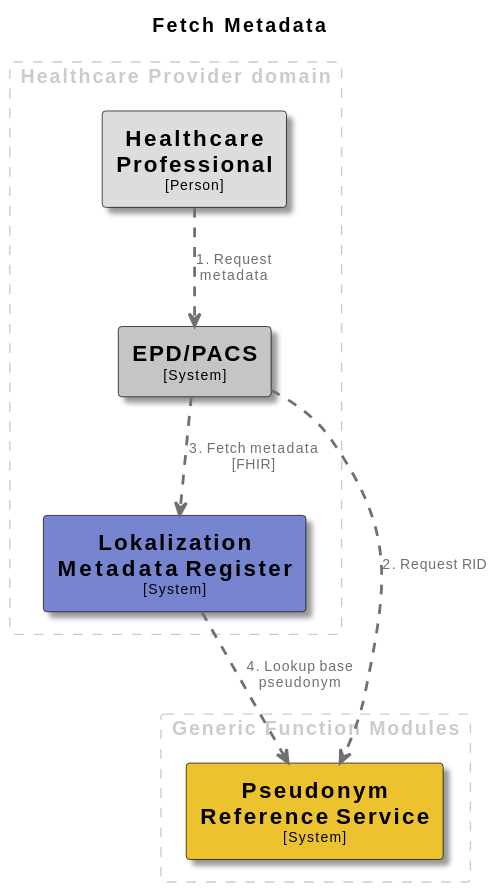
Above: docs/images/structurizr-FetchMetadata.svg in minvws/gfmodules-coordination (PlantUML), before the change.
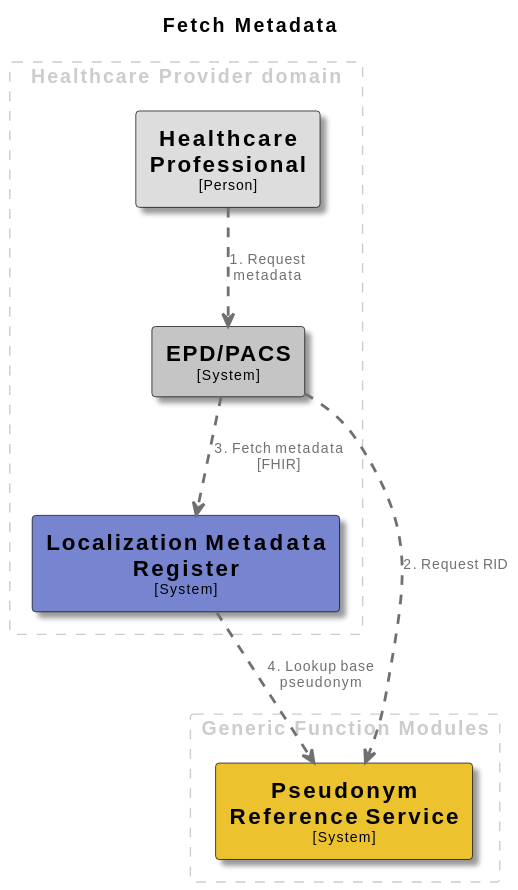
The same diagram one commit later.

The edit, as a diff of the source:
```diff
@@ -25,7 +25,7 @@
   BorderColor #000000
   shadowing true
 }
-skinparam rectangle<<LokalizationMetadataRegister>> {
+skinparam rectangle<<LocalizationMetadataRegister>> {
   BackgroundColor #7785d1
   FontColor #000000
   BorderColor #000000
@@ -51,13 +51,13 @@
   skinparam RectangleFontColor<<group2>> #cccccc
   skinparam RectangleBorderStyle<<group2>> dashed
 
-  rectangle "==Lokalization Metadata Register\n<size:10>[System]</size>" <<LokalizationMetadataRegister>> as LokalizationMetadataRegister
+  rectangle "==Localization Metadata Register\n<size:10>[System]</size>" <<LocalizationMetadataRegister>> as LocalizationMetadataRegister
   rectangle "==Healthcare Professional\n<size:10>[Person]</size>" <<HealthcareProfessional>> as HealthcareProfessional
   rectangle "==EPD/PACS\n<size:10>[System]</size>" <<EPDPACS>> as EPDPACS
 }
 
 HealthcareProfessional .[#707070,thickness=2].> EPDPACS : "<color:#707070>1. Request metadata"
 EPDPACS .[#707070,thickness=2].> PseudonymReferenceService : "<color:#707070>2. Request RID"
-EPDPACS .[#707070,thickness=2].> LokalizationMetadataRegister : "<color:#707070>3. Fetch metadata [FHIR]"
-LokalizationMetadataRegister .[#707070,thickness=2].> PseudonymReferenceService : "<color:#707070>4. Lookup base pseudonym"
+EPDPACS .[#707070,thickness=2].> LocalizationMetadataRegister : "<color:#707070>3. Fetch metadata [FHIR]"
+LocalizationMetadataRegister .[#707070,thickness=2].> PseudonymReferenceService : "<color:#707070>4. Lookup base pseudonym"
 @enduml
```
